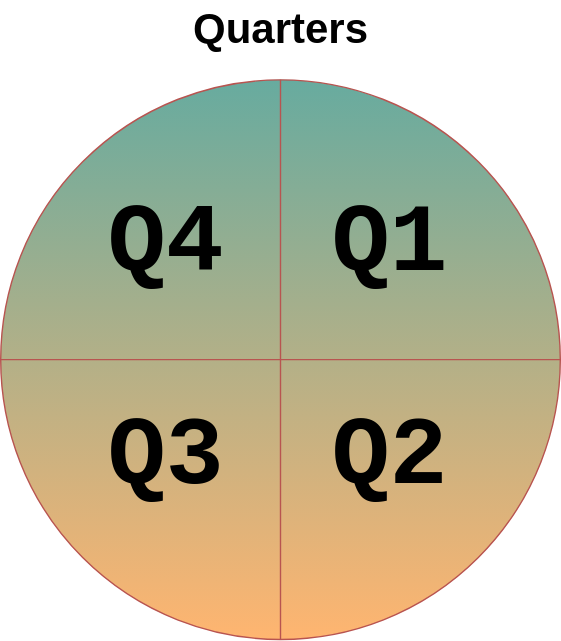
Above: images/quarters.svg in vackosar/vackosar.github.io (draw.io), before the change. Source tidied: cells renumbered, new cells last; positions are measured from the earlier drawing's top-left corner, leaving out a move shared by most shapes.
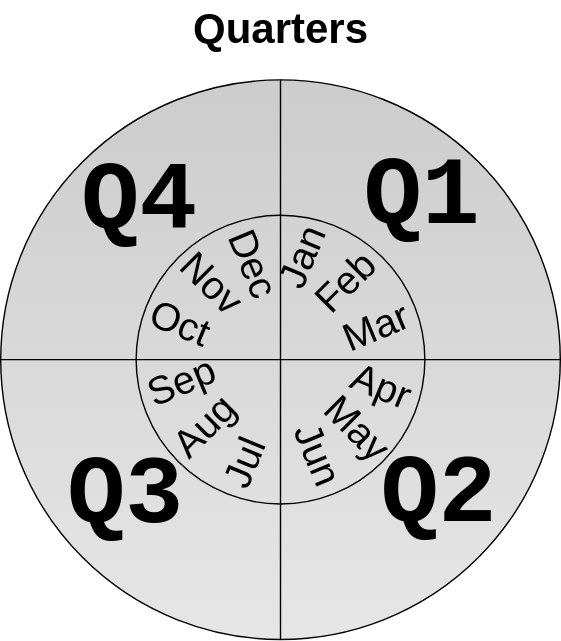
The same file after the commit.

Change to the diagram source:
```diff
@@ -5,20 +5,59 @@
     <mxCell id="2" value="Quarters" style="text;spacingTop=-5;align=center;verticalAlign=middle;fontSize=30;fontStyle=1;html=1;" parent="1" vertex="1">
       <mxGeometry x="56.2" width="287.5" height="45.5" as="geometry" />
     </mxCell>
-    <mxCell id="3" style="shape=orEllipse;perimeter=ellipsePerimeter;whiteSpace=wrap;html=1;backgroundOutline=1;fillColor=#67AB9F;strokeColor=#b85450;gradientColor=#FFB570;" parent="1" vertex="1">
+    <mxCell id="3" style="shape=orEllipse;perimeter=ellipsePerimeter;whiteSpace=wrap;html=1;backgroundOutline=1;fillColor=#CCCCCC;strokeColor=#000000;gradientColor=#E6E6E6;" parent="1" vertex="1">
       <mxGeometry y="56.5" width="400" height="400" as="geometry" />
     </mxCell>
     <mxCell id="4" value="&lt;font style=&quot;font-size: 69px&quot; face=&quot;Courier New&quot;&gt;&lt;b&gt;Q1&lt;/b&gt;&lt;/font&gt;" style="text;html=1;strokeColor=none;fillColor=none;align=center;verticalAlign=middle;whiteSpace=wrap;rounded=0;" parent="1" vertex="1">
-      <mxGeometry x="235" y="140" width="87" height="70" as="geometry" />
+      <mxGeometry x="257.6" y="106" width="87" height="70" as="geometry" />
     </mxCell>
     <mxCell id="5" value="&lt;font style=&quot;font-size: 69px&quot; face=&quot;Courier New&quot;&gt;&lt;b&gt;Q2&lt;/b&gt;&lt;/font&gt;" style="text;html=1;strokeColor=none;fillColor=none;align=center;verticalAlign=middle;whiteSpace=wrap;rounded=0;" parent="1" vertex="1">
-      <mxGeometry x="235" y="292" width="87" height="70" as="geometry" />
+      <mxGeometry x="270" y="318.9" width="87" height="70" as="geometry" />
     </mxCell>
     <mxCell id="6" value="&lt;font style=&quot;font-size: 69px&quot; face=&quot;Courier New&quot;&gt;&lt;b&gt;Q3&lt;/b&gt;&lt;/font&gt;" style="text;html=1;strokeColor=none;fillColor=none;align=center;verticalAlign=middle;whiteSpace=wrap;rounded=0;" parent="1" vertex="1">
-      <mxGeometry x="75" y="292" width="87" height="70" as="geometry" />
+      <mxGeometry x="46" y="320" width="87" height="70" as="geometry" />
     </mxCell>
     <mxCell id="7" value="&lt;font style=&quot;font-size: 69px&quot; face=&quot;Courier New&quot;&gt;&lt;b&gt;Q4&lt;/b&gt;&lt;/font&gt;" style="text;html=1;strokeColor=none;fillColor=none;align=center;verticalAlign=middle;whiteSpace=wrap;rounded=0;" parent="1" vertex="1">
-      <mxGeometry x="75" y="140" width="87" height="70" as="geometry" />
+      <mxGeometry x="56.2" y="110" width="87" height="70" as="geometry" />
     </mxCell>
+    <mxCell id="8" style="ellipse;whiteSpace=wrap;html=1;fillColor=none;" parent="1" vertex="1">
+      <mxGeometry x="96.8" y="153.3" width="206.4" height="206.4" as="geometry" />
+    </mxCell>
+    <mxCell id="9" value="&lt;font style=&quot;font-size: 28px&quot;&gt;Jan&lt;/font&gt;" style="text;html=1;strokeColor=none;fillColor=none;align=center;verticalAlign=middle;whiteSpace=wrap;rounded=0;rotation=292.5;" parent="1" vertex="1">
+      <mxGeometry x="192" y="168" width="47" height="30" as="geometry" />
+    </mxCell>
+    <mxCell id="10" value="&lt;font style=&quot;font-size: 28px&quot;&gt;Feb&lt;/font&gt;" style="text;html=1;strokeColor=none;fillColor=none;align=center;verticalAlign=middle;whiteSpace=wrap;rounded=0;rotation=315;" parent="1" vertex="1">
+      <mxGeometry x="223" y="186" width="47" height="30" as="geometry" />
+    </mxCell>
+    <mxCell id="11" value="&lt;font style=&quot;font-size: 28px&quot;&gt;Mar&lt;/font&gt;" style="text;html=1;strokeColor=none;fillColor=none;align=center;verticalAlign=middle;whiteSpace=wrap;rounded=0;rotation=337.5;" parent="1" vertex="1">
+      <mxGeometry x="245" y="218" width="47" height="30" as="geometry" />
+    </mxCell>
+    <mxCell id="12" value="&lt;br&gt;&lt;font style=&quot;font-size: 28px&quot;&gt;Apr&lt;/font&gt;" style="text;html=1;strokeColor=none;fillColor=none;align=center;verticalAlign=middle;whiteSpace=wrap;rounded=0;rotation=22.5;" parent="1" vertex="1">
+      <mxGeometry x="252.1" y="258.6" width="47" height="20" as="geometry" />
+    </mxCell>
+    <mxCell id="13" value="&lt;br&gt;&lt;div&gt;&lt;font style=&quot;font-size: 28px&quot;&gt;May&lt;/font&gt;&lt;/div&gt;" style="text;html=1;strokeColor=none;fillColor=none;align=center;verticalAlign=middle;whiteSpace=wrap;rounded=0;rotation=45;" parent="1" vertex="1">
+      <mxGeometry x="237.4" y="295.3" width="47" height="11" as="geometry" />
+    </mxCell>
+    <mxCell id="14" value="&lt;br&gt;&lt;div&gt;&lt;font style=&quot;font-size: 28px&quot;&gt;Jun&lt;/font&gt;&lt;/div&gt;" style="text;html=1;strokeColor=none;fillColor=none;align=center;verticalAlign=middle;whiteSpace=wrap;rounded=0;rotation=67.5;" parent="1" vertex="1">
+      <mxGeometry x="210.6" y="312.2" width="47" height="18.7" as="geometry" />
+    </mxCell>
+    <mxCell id="15" value="&lt;font style=&quot;font-size: 28px&quot;&gt;Sep&lt;/font&gt;" style="text;html=1;strokeColor=none;fillColor=none;align=center;verticalAlign=middle;whiteSpace=wrap;rounded=0;rotation=337.5;" parent="1" vertex="1">
+      <mxGeometry x="106" y="257.3" width="47" height="30" as="geometry" />
+    </mxCell>
+    <mxCell id="16" value="&lt;font style=&quot;font-size: 28px&quot;&gt;Jul&lt;/font&gt;" style="text;html=1;strokeColor=none;fillColor=none;align=center;verticalAlign=middle;whiteSpace=wrap;rounded=0;rotation=292.5;" parent="1" vertex="1">
+      <mxGeometry x="151" y="315.2" width="47" height="30" as="geometry" />
+    </mxCell>
+    <mxCell id="17" value="&lt;font style=&quot;font-size: 28px&quot;&gt;Aug&lt;/font&gt;" style="text;html=1;strokeColor=none;fillColor=none;align=center;verticalAlign=middle;whiteSpace=wrap;rounded=0;rotation=315;" parent="1" vertex="1">
+      <mxGeometry x="122" y="288.9" width="47" height="30" as="geometry" />
+    </mxCell>
+    <mxCell id="18" value="&lt;br&gt;&lt;font style=&quot;font-size: 28px&quot;&gt;Oct&lt;/font&gt;" style="text;html=1;strokeColor=none;fillColor=none;align=center;verticalAlign=middle;whiteSpace=wrap;rounded=0;rotation=22.5;" parent="1" vertex="1">
+      <mxGeometry x="108" y="214" width="47" height="20" as="geometry" />
+    </mxCell>
+    <mxCell id="19" value="&lt;br&gt;&lt;div&gt;&lt;font style=&quot;font-size: 28px&quot;&gt;Dec&lt;/font&gt;&lt;/div&gt;" style="text;html=1;strokeColor=none;fillColor=none;align=center;verticalAlign=middle;whiteSpace=wrap;rounded=0;rotation=67.5;" parent="1" vertex="1">
+      <mxGeometry x="163.6" y="176" width="47" height="18.7" as="geometry" />
+    </mxCell>
+    <mxCell id="20" value="&lt;br&gt;&lt;div&gt;&lt;font style=&quot;font-size: 28px&quot;&gt;Nov&lt;/font&gt;&lt;/div&gt;" style="text;html=1;strokeColor=none;fillColor=none;align=center;verticalAlign=middle;whiteSpace=wrap;rounded=0;rotation=45;" parent="1" vertex="1">
+      <mxGeometry x="133" y="191.5" width="47" height="11" as="geometry" />
+    </mxCell>
   </root>
 </mxGraphModel>
```
